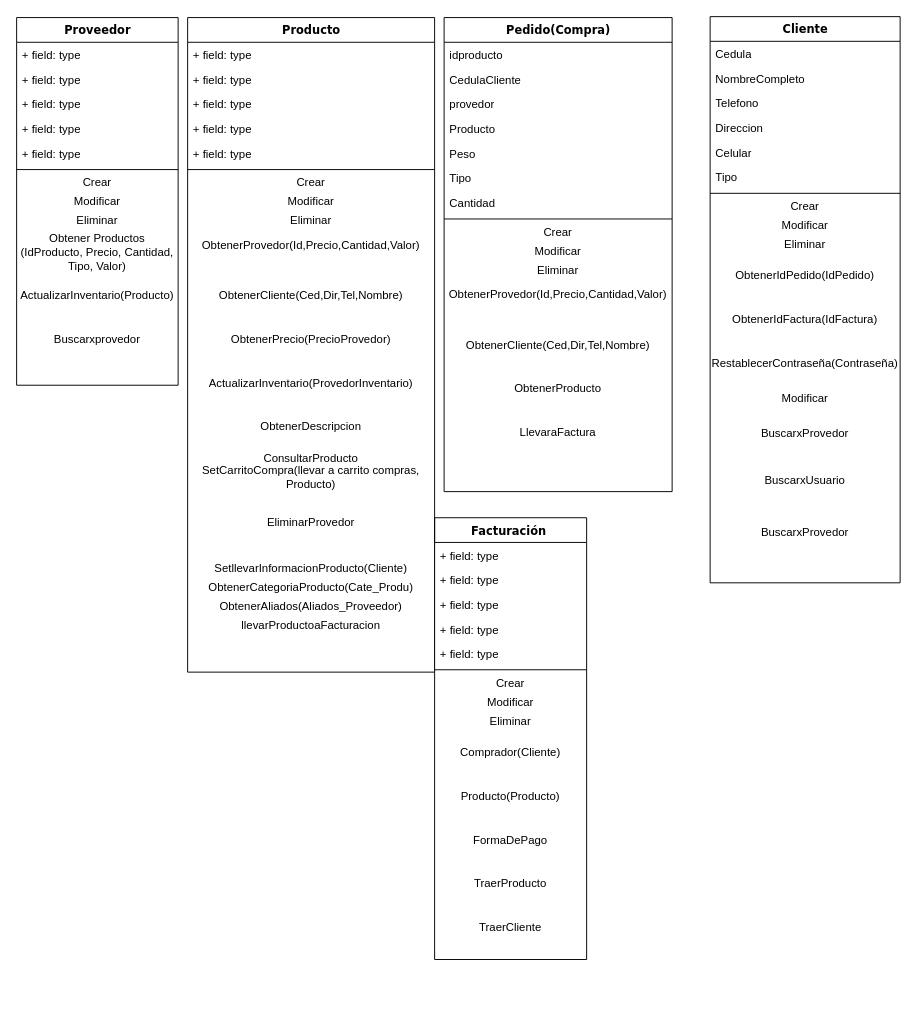
hcardona76/ShoppingCar keeps this draw.io diagram as Untitled Diagram.drawio. Above is the earlier version. Source tidied: cells renumbered, new cells numbered last; positions are measured from the earlier drawing's top-left corner, leaving out a move shared by most shapes. Both pictures are drawn from the tidied source at 95%, with x=0, y=0 at pixel (16, 16).
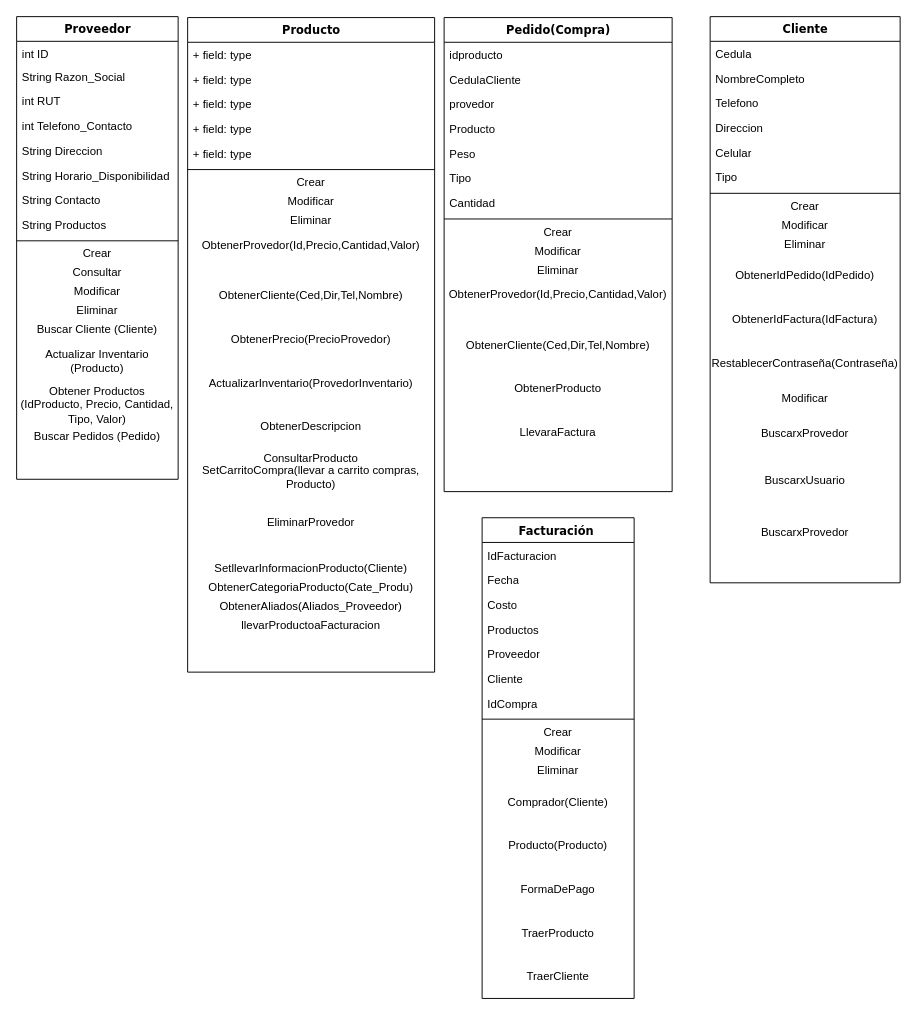
The same page after the edit.

Change to the diagram source:
```diff
@@
-    <mxCell id="2" value="Proveedor" style="swimlane;html=1;fontStyle=1;align=center;verticalAlign=top;horizontal=1;startSize=26;swimlaneFillColor=#ffffff;rounded=0;shadow=0;comic=0;labelBackgroundColor=none;strokeColor=#000000;strokeWidth=1;fillColor=none;fontFamily=Verdana;fontSize=12;fontColor=#000000;" parent="1" vertex="1">
-      <mxGeometry y="1" width="170" height="387" as="geometry" />
-    </mxCell>
-    <mxCell id="3" value="+ field: type" style="text;html=1;strokeColor=none;fillColor=none;align=left;verticalAlign=top;spacingLeft=4;spacingRight=4;whiteSpace=wrap;overflow=hidden;" parent="2" vertex="1">
-      <mxGeometry y="26" width="170" height="26" as="geometry" />
-    </mxCell>
-    <mxCell id="4" value="+ field: type" style="text;html=1;strokeColor=none;fillColor=none;align=left;verticalAlign=top;spacingLeft=4;spacingRight=4;whiteSpace=wrap;overflow=hidden;" parent="2" vertex="1">
-      <mxGeometry y="52" width="170" height="26" as="geometry" />
-    </mxCell>
-    <mxCell id="5" value="+ field: type" style="text;html=1;strokeColor=none;fillColor=none;align=left;verticalAlign=top;spacingLeft=4;spacingRight=4;whiteSpace=wrap;overflow=hidden;" parent="2" vertex="1">
-      <mxGeometry y="78" width="170" height="26" as="geometry" />
-    </mxCell>
-    <mxCell id="6" value="+ field: type" style="text;html=1;strokeColor=none;fillColor=none;align=left;verticalAlign=top;spacingLeft=4;spacingRight=4;whiteSpace=wrap;overflow=hidden;" parent="2" vertex="1">
-      <mxGeometry y="104" width="170" height="26" as="geometry" />
-    </mxCell>
-    <mxCell id="7" value="+ field: type" style="text;html=1;strokeColor=none;fillColor=none;align=left;verticalAlign=top;spacingLeft=4;spacingRight=4;whiteSpace=wrap;overflow=hidden;" parent="2" vertex="1">
-      <mxGeometry y="130" width="170" height="26" as="geometry" />
-    </mxCell>
-    <mxCell id="8" style="line;html=1;strokeWidth=1;fillColor=none;align=left;verticalAlign=middle;spacingTop=-1;spacingLeft=3;spacingRight=3;labelPosition=right;" parent="2" vertex="1">
-      <mxGeometry y="156" width="170" height="8" as="geometry" />
-    </mxCell>
-    <mxCell id="9" value="Crear" style="text;html=1;strokeColor=none;fillColor=none;align=center;verticalAlign=middle;whiteSpace=wrap;rounded=0;" parent="2" vertex="1">
-      <mxGeometry y="164" width="170" height="20" as="geometry" />
-    </mxCell>
-    <mxCell id="10" value="Modificar" style="text;html=1;strokeColor=none;fillColor=none;align=center;verticalAlign=middle;whiteSpace=wrap;rounded=0;" parent="2" vertex="1">
-      <mxGeometry y="184" width="170" height="20" as="geometry" />
-    </mxCell>
-    <mxCell id="11" value="Eliminar" style="text;html=1;strokeColor=none;fillColor=none;align=center;verticalAlign=middle;whiteSpace=wrap;rounded=0;" parent="2" vertex="1">
-      <mxGeometry y="204" width="170" height="20" as="geometry" />
-    </mxCell>
-    <mxCell id="12" value="Obtener Productos (IdProducto, Precio, Cantidad, Tipo, Valor)" style="text;html=1;strokeColor=none;fillColor=none;align=center;verticalAlign=middle;whiteSpace=wrap;rounded=0;" parent="2" vertex="1">
-      <mxGeometry y="224" width="170" height="46" as="geometry" />
-    </mxCell>
-    <mxCell id="13" value="ActualizarInventario(Producto)" style="text;html=1;strokeColor=none;fillColor=none;align=center;verticalAlign=middle;whiteSpace=wrap;rounded=0;" parent="2" vertex="1">
-      <mxGeometry y="270" width="170" height="46" as="geometry" />
-    </mxCell>
@@
     <mxCell id="52" value="Facturación&amp;nbsp;" style="swimlane;html=1;fontStyle=1;align=center;verticalAlign=top;horizontal=1;startSize=26;swimlaneFillColor=#ffffff;rounded=0;shadow=0;comic=0;labelBackgroundColor=none;strokeColor=#000000;strokeWidth=1;fillColor=none;fontFamily=Verdana;fontSize=12;fontColor=#000000;" parent="1" vertex="1">
-      <mxGeometry x="440" y="527.5" width="160" height="465" as="geometry" />
+      <mxGeometry x="490" y="527.5" width="160" height="506" as="geometry" />
     </mxCell>
-    <mxCell id="53" value="+ field: type" style="text;html=1;strokeColor=none;fillColor=none;align=left;verticalAlign=top;spacingLeft=4;spacingRight=4;whiteSpace=wrap;overflow=hidden;" parent="52" vertex="1">
+    <mxCell id="53" value="IdFacturacion" style="text;html=1;strokeColor=none;fillColor=none;align=left;verticalAlign=top;spacingLeft=4;spacingRight=4;whiteSpace=wrap;overflow=hidden;" parent="52" vertex="1">
       <mxGeometry y="26" width="160" height="26" as="geometry" />
     </mxCell>
-    <mxCell id="54" value="+ field: type" style="text;html=1;strokeColor=none;fillColor=none;align=left;verticalAlign=top;spacingLeft=4;spacingRight=4;whiteSpace=wrap;overflow=hidden;" parent="52" vertex="1">
+    <mxCell id="54" value="Fecha" style="text;html=1;strokeColor=none;fillColor=none;align=left;verticalAlign=top;spacingLeft=4;spacingRight=4;whiteSpace=wrap;overflow=hidden;" parent="52" vertex="1">
       <mxGeometry y="52" width="160" height="26" as="geometry" />
     </mxCell>
-    <mxCell id="55" value="+ field: type" style="text;html=1;strokeColor=none;fillColor=none;align=left;verticalAlign=top;spacingLeft=4;spacingRight=4;whiteSpace=wrap;overflow=hidden;" parent="52" vertex="1">
+    <mxCell id="55" value="Costo" style="text;html=1;strokeColor=none;fillColor=none;align=left;verticalAlign=top;spacingLeft=4;spacingRight=4;whiteSpace=wrap;overflow=hidden;" parent="52" vertex="1">
       <mxGeometry y="78" width="160" height="26" as="geometry" />
     </mxCell>
-    <mxCell id="56" value="+ field: type" style="text;html=1;strokeColor=none;fillColor=none;align=left;verticalAlign=top;spacingLeft=4;spacingRight=4;whiteSpace=wrap;overflow=hidden;" parent="52" vertex="1">
+    <mxCell id="56" value="Productos" style="text;html=1;strokeColor=none;fillColor=none;align=left;verticalAlign=top;spacingLeft=4;spacingRight=4;whiteSpace=wrap;overflow=hidden;" parent="52" vertex="1">
       <mxGeometry y="104" width="160" height="26" as="geometry" />
     </mxCell>
-    <mxCell id="57" value="+ field: type" style="text;html=1;strokeColor=none;fillColor=none;align=left;verticalAlign=top;spacingLeft=4;spacingRight=4;whiteSpace=wrap;overflow=hidden;" parent="52" vertex="1">
+    <mxCell id="57" value="Proveedor" style="text;html=1;strokeColor=none;fillColor=none;align=left;verticalAlign=top;spacingLeft=4;spacingRight=4;whiteSpace=wrap;overflow=hidden;" parent="52" vertex="1">
       <mxGeometry y="130" width="160" height="26" as="geometry" />
     </mxCell>
+    <mxCell id="86" value="Cliente" style="text;html=1;strokeColor=none;fillColor=none;align=left;verticalAlign=top;spacingLeft=4;spacingRight=4;whiteSpace=wrap;overflow=hidden;" parent="52" vertex="1">
+      <mxGeometry y="156" width="160" height="26" as="geometry" />
+    </mxCell>
+    <mxCell id="87" value="IdCompra" style="text;html=1;strokeColor=none;fillColor=none;align=left;verticalAlign=top;spacingLeft=4;spacingRight=4;whiteSpace=wrap;overflow=hidden;" parent="52" vertex="1">
+      <mxGeometry y="182" width="160" height="26" as="geometry" />
+    </mxCell>
     <mxCell id="58" style="line;html=1;strokeWidth=1;fillColor=none;align=left;verticalAlign=middle;spacingTop=-1;spacingLeft=3;spacingRight=3;labelPosition=right;" parent="52" vertex="1">
-      <mxGeometry y="156" width="160" height="8" as="geometry" />
+      <mxGeometry y="208" width="160" height="8" as="geometry" />
     </mxCell>
     <mxCell id="59" value="Crear" style="text;html=1;strokeColor=none;fillColor=none;align=center;verticalAlign=middle;whiteSpace=wrap;rounded=0;" parent="52" vertex="1">
-      <mxGeometry y="164" width="160" height="20" as="geometry" />
+      <mxGeometry y="216" width="160" height="20" as="geometry" />
     </mxCell>
     <mxCell id="60" value="Modificar" style="text;html=1;strokeColor=none;fillColor=none;align=center;verticalAlign=middle;whiteSpace=wrap;rounded=0;" parent="52" vertex="1">
-      <mxGeometry y="184" width="160" height="20" as="geometry" />
+      <mxGeometry y="236" width="160" height="20" as="geometry" />
     </mxCell>
     <mxCell id="61" value="Eliminar" style="text;html=1;strokeColor=none;fillColor=none;align=center;verticalAlign=middle;whiteSpace=wrap;rounded=0;" parent="52" vertex="1">
-      <mxGeometry y="204" width="160" height="20" as="geometry" />
+      <mxGeometry y="256" width="160" height="20" as="geometry" />
     </mxCell>
     <mxCell id="62" value="Comprador(Cliente)" style="text;html=1;strokeColor=none;fillColor=none;align=center;verticalAlign=middle;whiteSpace=wrap;rounded=0;" parent="52" vertex="1">
-      <mxGeometry y="224" width="160" height="46" as="geometry" />
+      <mxGeometry y="276" width="160" height="46" as="geometry" />
     </mxCell>
     <mxCell id="63" value="Producto(Producto)" style="text;html=1;strokeColor=none;fillColor=none;align=center;verticalAlign=middle;whiteSpace=wrap;rounded=0;" parent="52" vertex="1">
-      <mxGeometry y="270" width="160" height="46" as="geometry" />
+      <mxGeometry y="322" width="160" height="46" as="geometry" />
     </mxCell>
     <mxCell id="64" value="FormaDePago" style="text;html=1;strokeColor=none;fillColor=none;align=center;verticalAlign=middle;whiteSpace=wrap;rounded=0;" parent="52" vertex="1">
-      <mxGeometry y="316" width="160" height="46" as="geometry" />
+      <mxGeometry y="368" width="160" height="46" as="geometry" />
     </mxCell>
     <mxCell id="65" value="TraerProducto" style="text;html=1;strokeColor=none;fillColor=none;align=center;verticalAlign=middle;whiteSpace=wrap;rounded=0;" parent="52" vertex="1">
-      <mxGeometry y="362" width="160" height="46" as="geometry" />
+      <mxGeometry y="414" width="160" height="46" as="geometry" />
     </mxCell>
     <mxCell id="66" value="TraerCliente" style="text;html=1;strokeColor=none;fillColor=none;align=center;verticalAlign=middle;whiteSpace=wrap;rounded=0;" parent="52" vertex="1">
-      <mxGeometry y="408" width="160" height="46" as="geometry" />
+      <mxGeometry y="460" width="160" height="46" as="geometry" />
     </mxCell>
@@
-    <mxCell id="85" value="Buscarxprovedor" style="text;html=1;strokeColor=none;fillColor=none;align=center;verticalAlign=middle;whiteSpace=wrap;rounded=0;" parent="1" vertex="1">
-      <mxGeometry y="317" width="170" height="46" as="geometry" />
-    </mxCell>
+    <mxCell id="2" value="Proveedor" style="swimlane;html=1;fontStyle=1;align=center;verticalAlign=top;horizontal=1;startSize=26;swimlaneFillColor=#ffffff;rounded=0;shadow=0;comic=0;labelBackgroundColor=none;strokeColor=#000000;strokeWidth=1;fillColor=none;fontFamily=Verdana;fontSize=12;fontColor=#000000;" parent="1" vertex="1">
+      <mxGeometry width="170" height="487" as="geometry" />
+    </mxCell>
+    <mxCell id="88" value="&lt;span&gt;int&amp;nbsp;&lt;/span&gt;&lt;span&gt;ID&lt;/span&gt;" style="text;html=1;strokeColor=none;fillColor=none;align=left;verticalAlign=top;spacingLeft=4;spacingRight=4;whiteSpace=wrap;overflow=hidden;" parent="2" vertex="1">
+      <mxGeometry y="26" width="170" height="24" as="geometry" />
+    </mxCell>
+    <mxCell id="89" value="&lt;span&gt;String&amp;nbsp;&lt;/span&gt;&lt;span&gt;Razon_Social&lt;/span&gt;" style="text;html=1;strokeColor=none;fillColor=none;align=left;verticalAlign=top;spacingLeft=4;spacingRight=4;whiteSpace=wrap;overflow=hidden;" parent="2" vertex="1">
+      <mxGeometry y="50" width="170" height="26" as="geometry" />
+    </mxCell>
+    <mxCell id="90" value="&lt;span&gt;int&amp;nbsp;&lt;/span&gt;&lt;span&gt;RUT&lt;/span&gt;" style="text;html=1;strokeColor=none;fillColor=none;align=left;verticalAlign=top;spacingLeft=4;spacingRight=4;whiteSpace=wrap;overflow=hidden;" parent="2" vertex="1">
+      <mxGeometry y="76" width="170" height="26" as="geometry" />
+    </mxCell>
+    <mxCell id="91" value="&lt;span&gt;int&amp;nbsp;&lt;/span&gt;&lt;span&gt;Telefono_Contacto&lt;/span&gt;" style="text;html=1;strokeColor=none;fillColor=none;align=left;verticalAlign=top;spacingLeft=4;spacingRight=4;whiteSpace=wrap;overflow=hidden;" parent="2" vertex="1">
+      <mxGeometry y="102" width="170" height="26" as="geometry" />
+    </mxCell>
+    <mxCell id="92" value="&lt;span&gt;String&amp;nbsp;&lt;/span&gt;&lt;span&gt;Direccion&lt;/span&gt;" style="text;html=1;strokeColor=none;fillColor=none;align=left;verticalAlign=top;spacingLeft=4;spacingRight=4;whiteSpace=wrap;overflow=hidden;" parent="2" vertex="1">
+      <mxGeometry y="128" width="170" height="26" as="geometry" />
+    </mxCell>
+    <mxCell id="93" value="String Horario_Disponibilidad" style="text;strokeColor=none;fillColor=none;align=left;verticalAlign=top;spacingLeft=4;spacingRight=4;overflow=hidden;" parent="2" vertex="1">
+      <mxGeometry y="154" width="170" height="26" as="geometry" />
+    </mxCell>
+    <mxCell id="94" value="String Contacto" style="text;strokeColor=none;fillColor=none;align=left;verticalAlign=top;spacingLeft=4;spacingRight=4;overflow=hidden;" parent="2" vertex="1">
+      <mxGeometry y="180" width="170" height="26" as="geometry" />
+    </mxCell>
+    <mxCell id="95" value="String Productos" style="text;strokeColor=none;fillColor=none;align=left;verticalAlign=top;spacingLeft=4;spacingRight=4;overflow=hidden;" parent="2" vertex="1">
+      <mxGeometry y="206" width="170" height="26" as="geometry" />
+    </mxCell>
+    <mxCell id="96" style="line;html=1;strokeWidth=1;fillColor=none;align=left;verticalAlign=middle;spacingTop=-1;spacingLeft=3;spacingRight=3;labelPosition=right;" parent="2" vertex="1">
+      <mxGeometry y="232" width="170" height="8" as="geometry" />
+    </mxCell>
+    <mxCell id="9" value="Crear" style="text;html=1;strokeColor=none;fillColor=none;align=center;verticalAlign=middle;whiteSpace=wrap;rounded=0;" parent="2" vertex="1">
+      <mxGeometry y="240" width="170" height="20" as="geometry" />
+    </mxCell>
+    <mxCell id="97" value="Consultar" style="text;html=1;strokeColor=none;fillColor=none;align=center;verticalAlign=middle;whiteSpace=wrap;rounded=0;" parent="2" vertex="1">
+      <mxGeometry y="260" width="170" height="20" as="geometry" />
+    </mxCell>
+    <mxCell id="10" value="Modificar" style="text;html=1;strokeColor=none;fillColor=none;align=center;verticalAlign=middle;whiteSpace=wrap;rounded=0;" parent="2" vertex="1">
+      <mxGeometry y="280" width="170" height="20" as="geometry" />
+    </mxCell>
+    <mxCell id="11" value="Eliminar" style="text;html=1;strokeColor=none;fillColor=none;align=center;verticalAlign=middle;whiteSpace=wrap;rounded=0;" parent="2" vertex="1">
+      <mxGeometry y="300" width="170" height="20" as="geometry" />
+    </mxCell>
+    <mxCell id="98" value="Buscar Cliente (Cliente)" style="text;html=1;strokeColor=none;fillColor=none;align=center;verticalAlign=middle;whiteSpace=wrap;rounded=0;" parent="2" vertex="1">
+      <mxGeometry y="320" width="170" height="20" as="geometry" />
+    </mxCell>
+    <mxCell id="99" value="Actualizar Inventario (Producto)" style="text;html=1;strokeColor=none;fillColor=none;align=center;verticalAlign=middle;whiteSpace=wrap;rounded=0;" parent="2" vertex="1">
+      <mxGeometry y="340" width="170" height="46" as="geometry" />
+    </mxCell>
+    <mxCell id="12" value="Obtener Productos (IdProducto, Precio, Cantidad, Tipo, Valor)" style="text;html=1;strokeColor=none;fillColor=none;align=center;verticalAlign=middle;whiteSpace=wrap;rounded=0;" parent="2" vertex="1">
+      <mxGeometry y="386" width="170" height="46" as="geometry" />
+    </mxCell>
+    <mxCell id="100" value="Buscar Pedidos (Pedido)" style="text;html=1;strokeColor=none;fillColor=none;align=center;verticalAlign=middle;whiteSpace=wrap;rounded=0;" parent="2" vertex="1">
+      <mxGeometry y="432" width="170" height="20" as="geometry" />
+    </mxCell>
```
